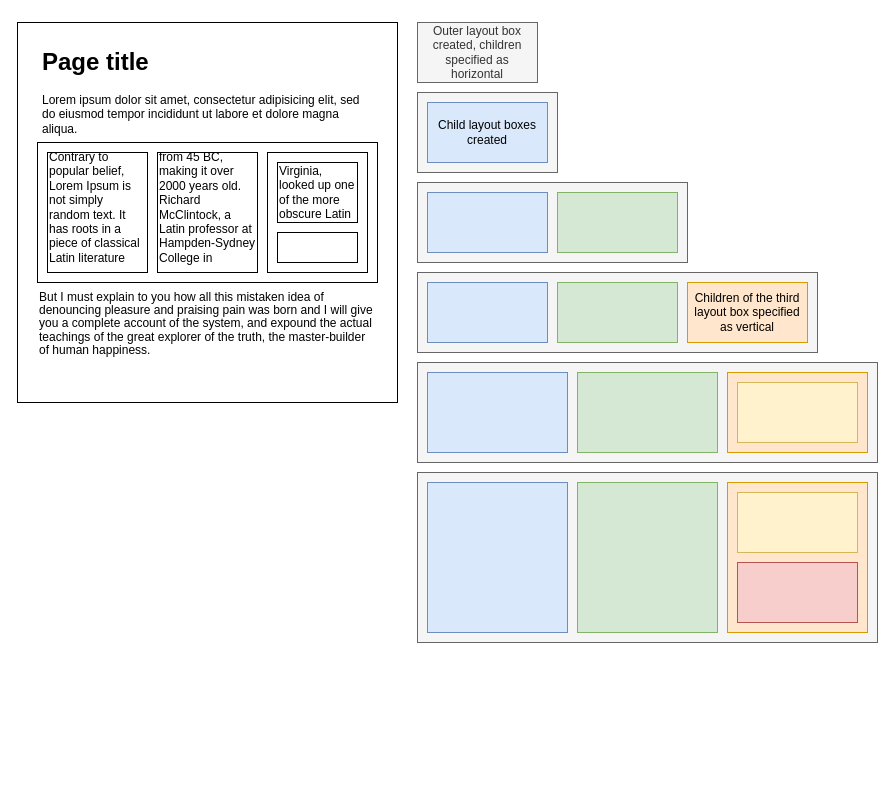
Above: notes/display.drawio in zphixon/froggi (draw.io), before the change. Source tidied: cells renumbered, new cells numbered last; positions are measured from the earlier drawing's top-left corner, leaving out a move shared by most shapes. Both pictures are drawn from the tidied source at 100%, with x=0, y=0 at pixel (17, 22).
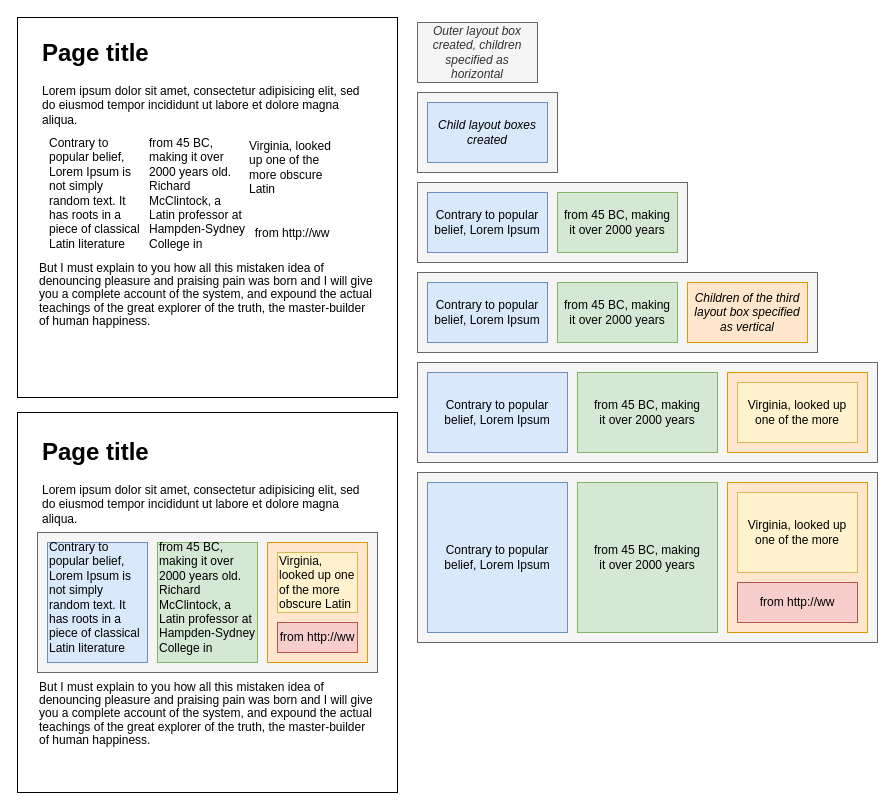
The same diagram, later.

Commit message (it also covers changes not shown here):
add rendering of diagram

Diff of the diagram source:
```diff
@@
     <mxCell id="2" style="rounded=0;whiteSpace=wrap;html=1;" parent="1" vertex="1">
-      <mxGeometry width="380" height="380" as="geometry" />
+      <mxGeometry y="390" width="380" height="380" as="geometry" />
     </mxCell>
-    <mxCell id="3" style="rounded=0;whiteSpace=wrap;html=1;align=center;" parent="1" vertex="1">
-      <mxGeometry x="20" y="120" width="340" height="140" as="geometry" />
+    <mxCell id="3" style="rounded=0;whiteSpace=wrap;html=1;align=center;fillColor=#f5f5f5;strokeColor=#666666;fontColor=#333333;" parent="1" vertex="1">
+      <mxGeometry x="20" y="510" width="340" height="140" as="geometry" />
     </mxCell>
     <mxCell id="4" value="&lt;h1&gt;Page title&lt;/h1&gt;&lt;p&gt;Lorem ipsum dolor sit amet, consectetur adipisicing elit, sed do eiusmod tempor incididunt ut labore et dolore magna aliqua.&lt;/p&gt;" style="text;html=1;strokeColor=none;fillColor=none;spacing=5;spacingTop=-20;whiteSpace=wrap;overflow=hidden;rounded=0;" parent="1" vertex="1">
-      <mxGeometry x="20" y="20" width="340" height="120" as="geometry" />
+      <mxGeometry x="20" y="410" width="340" height="120" as="geometry" />
     </mxCell>
     <mxCell id="5" value="&lt;p style=&quot;line-height: 110%&quot;&gt;But I must explain to you how all this mistaken idea of denouncing pleasure and praising pain was born and I will give you a complete account of the system, and expound the actual teachings of the great explorer of the truth, the master-builder of human happiness.&lt;/p&gt;" style="text;html=1;strokeColor=none;fillColor=none;align=left;verticalAlign=top;whiteSpace=wrap;rounded=0;labelPosition=center;verticalLabelPosition=middle;horizontal=1;" parent="1" vertex="1">
-      <mxGeometry x="20" y="250" width="340" height="110" as="geometry" />
+      <mxGeometry x="20" y="640" width="340" height="110" as="geometry" />
     </mxCell>
-    <mxCell id="6" style="rounded=0;whiteSpace=wrap;html=1;align=center;" parent="1" vertex="1">
-      <mxGeometry x="140" y="130" width="100" height="120" as="geometry" />
+    <mxCell id="6" style="rounded=0;whiteSpace=wrap;html=1;align=center;fillColor=#d5e8d4;strokeColor=#82b366;" parent="1" vertex="1">
+      <mxGeometry x="140" y="520" width="100" height="120" as="geometry" />
     </mxCell>
-    <mxCell id="7" style="rounded=0;whiteSpace=wrap;html=1;align=left;verticalAlign=top;" parent="1" vertex="1">
-      <mxGeometry x="30" y="130" width="100" height="120" as="geometry" />
+    <mxCell id="7" style="rounded=0;whiteSpace=wrap;html=1;align=left;verticalAlign=top;fillColor=#dae8fc;strokeColor=#6c8ebf;" parent="1" vertex="1">
+      <mxGeometry x="30" y="520" width="100" height="120" as="geometry" />
     </mxCell>
-    <mxCell id="8" value="&lt;span&gt;Outer layout box created, children specified as horizontal&lt;/span&gt;" style="rounded=0;whiteSpace=wrap;html=1;align=center;fillColor=#f5f5f5;strokeColor=#666666;fontColor=#333333;" parent="1" vertex="1">
+    <mxCell id="8" value="&lt;span&gt;&lt;i&gt;Outer layout box created, children specified as horizontal&lt;/i&gt;&lt;/span&gt;" style="rounded=0;whiteSpace=wrap;html=1;align=center;fillColor=#f5f5f5;strokeColor=#666666;fontColor=#333333;" parent="1" vertex="1">
       <mxGeometry x="400" width="120" height="60" as="geometry" />
     </mxCell>
@@
-    <mxCell id="10" value="&lt;span&gt;Child layout boxes created&lt;/span&gt;" style="rounded=0;whiteSpace=wrap;html=1;align=center;fillColor=#dae8fc;strokeColor=#6c8ebf;" parent="1" vertex="1">
+    <mxCell id="10" value="&lt;span&gt;&lt;i&gt;Child layout boxes created&lt;/i&gt;&lt;/span&gt;" style="rounded=0;whiteSpace=wrap;html=1;align=center;fillColor=#dae8fc;strokeColor=#6c8ebf;" parent="1" vertex="1">
       <mxGeometry x="410" y="80" width="120" height="60" as="geometry" />
     </mxCell>
-    <mxCell id="11" style="rounded=0;whiteSpace=wrap;html=1;align=center;" parent="1" vertex="1">
-      <mxGeometry x="250" y="130" width="100" height="120" as="geometry" />
+    <mxCell id="11" style="rounded=0;whiteSpace=wrap;html=1;align=center;fillColor=#ffe6cc;strokeColor=#d79b00;" parent="1" vertex="1">
+      <mxGeometry x="250" y="520" width="100" height="120" as="geometry" />
     </mxCell>
-    <mxCell id="12" style="rounded=0;whiteSpace=wrap;html=1;align=center;" parent="1" vertex="1">
-      <mxGeometry x="260" y="210" width="80" height="30" as="geometry" />
+    <mxCell id="12" value="from http://ww" style="rounded=0;whiteSpace=wrap;html=1;align=center;fillColor=#f8cecc;strokeColor=#b85450;" parent="1" vertex="1">
+      <mxGeometry x="260" y="600" width="80" height="30" as="geometry" />
     </mxCell>
-    <mxCell id="13" style="rounded=0;whiteSpace=wrap;html=1;align=center;" parent="1" vertex="1">
-      <mxGeometry x="260" y="140" width="80" height="60" as="geometry" />
+    <mxCell id="13" style="rounded=0;whiteSpace=wrap;html=1;align=center;fillColor=#fff2cc;strokeColor=#d6b656;" parent="1" vertex="1">
+      <mxGeometry x="260" y="530" width="80" height="60" as="geometry" />
     </mxCell>
@@
-    <mxCell id="15" style="rounded=0;whiteSpace=wrap;html=1;align=center;fillColor=#dae8fc;strokeColor=#6c8ebf;" parent="1" vertex="1">
+    <mxCell id="15" value="Contrary to popular belief, Lorem Ipsum" style="rounded=0;whiteSpace=wrap;html=1;align=center;fillColor=#dae8fc;strokeColor=#6c8ebf;" parent="1" vertex="1">
       <mxGeometry x="410" y="170" width="120" height="60" as="geometry" />
     </mxCell>
-    <mxCell id="16" style="rounded=0;whiteSpace=wrap;html=1;align=center;fillColor=#d5e8d4;strokeColor=#82b366;" parent="1" vertex="1">
+    <mxCell id="16" value="from 45 BC, making&lt;br&gt;it over 2000 years" style="rounded=0;whiteSpace=wrap;html=1;align=center;fillColor=#d5e8d4;strokeColor=#82b366;" parent="1" vertex="1">
       <mxGeometry x="540" y="170" width="120" height="60" as="geometry" />
     </mxCell>
@@
-    <mxCell id="18" value="&lt;span&gt;Children of the third layout box specified as vertical&lt;/span&gt;" style="rounded=0;whiteSpace=wrap;html=1;align=center;fillColor=#ffe6cc;strokeColor=#d79b00;" parent="1" vertex="1">
+    <mxCell id="18" value="&lt;span&gt;&lt;i&gt;Children of the third layout box specified as vertical&lt;/i&gt;&lt;/span&gt;" style="rounded=0;whiteSpace=wrap;html=1;align=center;fillColor=#ffe6cc;strokeColor=#d79b00;" parent="1" vertex="1">
       <mxGeometry x="670" y="260" width="120" height="60" as="geometry" />
     </mxCell>
@@
-    <mxCell id="20" style="rounded=0;whiteSpace=wrap;html=1;align=center;fillColor=#dae8fc;strokeColor=#6c8ebf;" parent="1" vertex="1">
+    <mxCell id="20" value="&lt;span&gt;Contrary to popular belief, Lorem Ipsum&lt;/span&gt;" style="rounded=0;whiteSpace=wrap;html=1;align=center;fillColor=#dae8fc;strokeColor=#6c8ebf;" parent="1" vertex="1">
       <mxGeometry x="410" y="260" width="120" height="60" as="geometry" />
     </mxCell>
-    <mxCell id="21" style="rounded=0;whiteSpace=wrap;html=1;align=center;fillColor=#d5e8d4;strokeColor=#82b366;" parent="1" vertex="1">
+    <mxCell id="21" value="&lt;span&gt;from 45 BC, making&lt;br&gt;it over 2000 years&lt;/span&gt;" style="rounded=0;whiteSpace=wrap;html=1;align=center;fillColor=#d5e8d4;strokeColor=#82b366;" parent="1" vertex="1">
       <mxGeometry x="540" y="260" width="120" height="60" as="geometry" />
     </mxCell>
     <mxCell id="22" value="&lt;span&gt;Contrary to popular belief, Lorem Ipsum is not simply random text. It&amp;nbsp;&lt;/span&gt;&lt;br&gt;&lt;span&gt;has roots in a piece of classical Latin literature&lt;/span&gt;" style="text;html=1;strokeColor=none;fillColor=none;align=left;verticalAlign=middle;whiteSpace=wrap;rounded=0;" parent="1" vertex="1">
-      <mxGeometry x="30" y="120" width="100" height="130" as="geometry" />
+      <mxGeometry x="30" y="510" width="100" height="130" as="geometry" />
     </mxCell>
     <mxCell id="23" value="from 45 BC, making it over 2000 years old. Richard McClintock, a Latin professor at Hampden-Sydney College in" style="text;html=1;strokeColor=none;fillColor=none;align=left;verticalAlign=middle;whiteSpace=wrap;rounded=0;" parent="1" vertex="1">
-      <mxGeometry x="140" y="120" width="100" height="130" as="geometry" />
+      <mxGeometry x="140" y="510" width="100" height="130" as="geometry" />
     </mxCell>
     <mxCell id="24" value="Virginia, looked up one of the more obscure Latin" style="text;html=1;strokeColor=none;fillColor=none;align=left;verticalAlign=middle;whiteSpace=wrap;rounded=0;" parent="1" vertex="1">
-      <mxGeometry x="260" y="140" width="80" height="60" as="geometry" />
+      <mxGeometry x="260" y="530" width="80" height="60" as="geometry" />
     </mxCell>
@@
-    <mxCell id="26" style="rounded=0;whiteSpace=wrap;html=1;align=left;fillColor=#d5e8d4;strokeColor=#82b366;" parent="1" vertex="1">
+    <mxCell id="26" value="&lt;span style=&quot;&quot;&gt;from 45 BC, making&lt;/span&gt;&lt;br style=&quot;&quot;&gt;&lt;span style=&quot;&quot;&gt;it over 2000 years&lt;/span&gt;" style="rounded=0;whiteSpace=wrap;html=1;align=center;fillColor=#d5e8d4;strokeColor=#82b366;" parent="1" vertex="1">
       <mxGeometry x="560" y="350" width="140" height="80" as="geometry" />
     </mxCell>
-    <mxCell id="27" style="rounded=0;whiteSpace=wrap;html=1;align=left;fillColor=#dae8fc;strokeColor=#6c8ebf;" parent="1" vertex="1">
+    <mxCell id="27" value="&lt;span style=&quot;&quot;&gt;Contrary to popular belief, Lorem Ipsum&lt;/span&gt;" style="rounded=0;whiteSpace=wrap;html=1;align=center;fillColor=#dae8fc;strokeColor=#6c8ebf;" parent="1" vertex="1">
       <mxGeometry x="410" y="350" width="140" height="80" as="geometry" />
     </mxCell>
@@
-    <mxCell id="31" style="rounded=0;whiteSpace=wrap;html=1;align=left;fillColor=#dae8fc;strokeColor=#6c8ebf;" parent="1" vertex="1">
+    <mxCell id="31" value="&lt;span style=&quot;&quot;&gt;Contrary to popular belief, Lorem Ipsum&lt;/span&gt;" style="rounded=0;whiteSpace=wrap;html=1;align=center;fillColor=#dae8fc;strokeColor=#6c8ebf;" parent="1" vertex="1">
       <mxGeometry x="410" y="460" width="140" height="150" as="geometry" />
     </mxCell>
-    <mxCell id="32" style="rounded=0;whiteSpace=wrap;html=1;align=left;fillColor=#fff2cc;strokeColor=#d6b656;" parent="1" vertex="1">
+    <mxCell id="32" value="Virginia, looked up one of the more" style="rounded=0;whiteSpace=wrap;html=1;align=center;fillColor=#fff2cc;strokeColor=#d6b656;" parent="1" vertex="1">
       <mxGeometry x="720" y="360" width="120" height="60" as="geometry" />
     </mxCell>
-    <mxCell id="33" style="rounded=0;whiteSpace=wrap;html=1;align=left;fillColor=#fff2cc;strokeColor=#d6b656;" parent="1" vertex="1">
-      <mxGeometry x="720" y="470" width="120" height="60" as="geometry" />
+    <mxCell id="33" value="&lt;span&gt;Virginia, looked up one of the more&lt;/span&gt;" style="rounded=0;whiteSpace=wrap;html=1;align=center;fillColor=#fff2cc;strokeColor=#d6b656;" parent="1" vertex="1">
+      <mxGeometry x="720" y="470" width="120" height="80" as="geometry" />
     </mxCell>
-    <mxCell id="34" style="rounded=0;whiteSpace=wrap;html=1;align=left;fillColor=#f8cecc;strokeColor=#b85450;" parent="1" vertex="1">
-      <mxGeometry x="720" y="540" width="120" height="60" as="geometry" />
+    <mxCell id="34" value="from http://ww" style="rounded=0;whiteSpace=wrap;html=1;align=center;fillColor=#f8cecc;strokeColor=#b85450;" parent="1" vertex="1">
+      <mxGeometry x="720" y="560" width="120" height="40" as="geometry" />
     </mxCell>
-    <mxCell id="35" style="rounded=0;whiteSpace=wrap;html=1;align=left;fillColor=#d5e8d4;strokeColor=#82b366;" parent="1" vertex="1">
+    <mxCell id="35" value="&lt;span style=&quot;&quot;&gt;from 45 BC, making&lt;/span&gt;&lt;br style=&quot;&quot;&gt;&lt;span style=&quot;&quot;&gt;it over 2000 years&lt;/span&gt;" style="rounded=0;whiteSpace=wrap;html=1;align=center;fillColor=#d5e8d4;strokeColor=#82b366;" parent="1" vertex="1">
       <mxGeometry x="560" y="460" width="140" height="150" as="geometry" />
     </mxCell>
+    <mxCell id="36" style="rounded=0;whiteSpace=wrap;html=1;" parent="1" vertex="1">
+      <mxGeometry y="-5" width="380" height="380" as="geometry" />
+    </mxCell>
+    <mxCell id="37" value="&lt;h1&gt;Page title&lt;/h1&gt;&lt;p&gt;Lorem ipsum dolor sit amet, consectetur adipisicing elit, sed do eiusmod tempor incididunt ut labore et dolore magna aliqua.&lt;/p&gt;" style="text;html=1;strokeColor=none;fillColor=none;spacing=5;spacingTop=-20;whiteSpace=wrap;overflow=hidden;rounded=0;" parent="1" vertex="1">
+      <mxGeometry x="20" y="11" width="340" height="120" as="geometry" />
+    </mxCell>
+    <mxCell id="38" value="&lt;p style=&quot;line-height: 110%&quot;&gt;But I must explain to you how all this mistaken idea of denouncing pleasure and praising pain was born and I will give you a complete account of the system, and expound the actual teachings of the great explorer of the truth, the master-builder of human happiness.&lt;/p&gt;" style="text;html=1;strokeColor=none;fillColor=none;align=left;verticalAlign=top;whiteSpace=wrap;rounded=0;labelPosition=center;verticalLabelPosition=middle;horizontal=1;" parent="1" vertex="1">
+      <mxGeometry x="20" y="221" width="340" height="110" as="geometry" />
+    </mxCell>
+    <mxCell id="39" value="&lt;span&gt;Contrary to popular belief, Lorem Ipsum is not simply random text. It&amp;nbsp;&lt;/span&gt;&lt;br&gt;&lt;span&gt;has roots in a piece of classical Latin literature&lt;/span&gt;" style="text;html=1;align=left;verticalAlign=middle;whiteSpace=wrap;rounded=0;" parent="1" vertex="1">
+      <mxGeometry x="30" y="110" width="100" height="121" as="geometry" />
+    </mxCell>
+    <mxCell id="40" value="from 45 BC, making it over 2000 years old. Richard McClintock, a Latin professor at Hampden-Sydney College in" style="text;html=1;align=left;verticalAlign=middle;whiteSpace=wrap;rounded=0;" parent="1" vertex="1">
+      <mxGeometry x="130" y="110" width="100" height="121" as="geometry" />
+    </mxCell>
+    <mxCell id="41" value="Virginia, looked up one of the more obscure Latin" style="text;html=1;align=left;verticalAlign=top;whiteSpace=wrap;rounded=0;" parent="1" vertex="1">
+      <mxGeometry x="230" y="110" width="90" height="80" as="geometry" />
+    </mxCell>
+    <mxCell id="42" value="from http://ww" style="rounded=0;whiteSpace=wrap;html=1;align=center;strokeColor=none;" parent="1" vertex="1">
+      <mxGeometry x="230" y="191" width="90" height="40" as="geometry" />
+    </mxCell>
```
